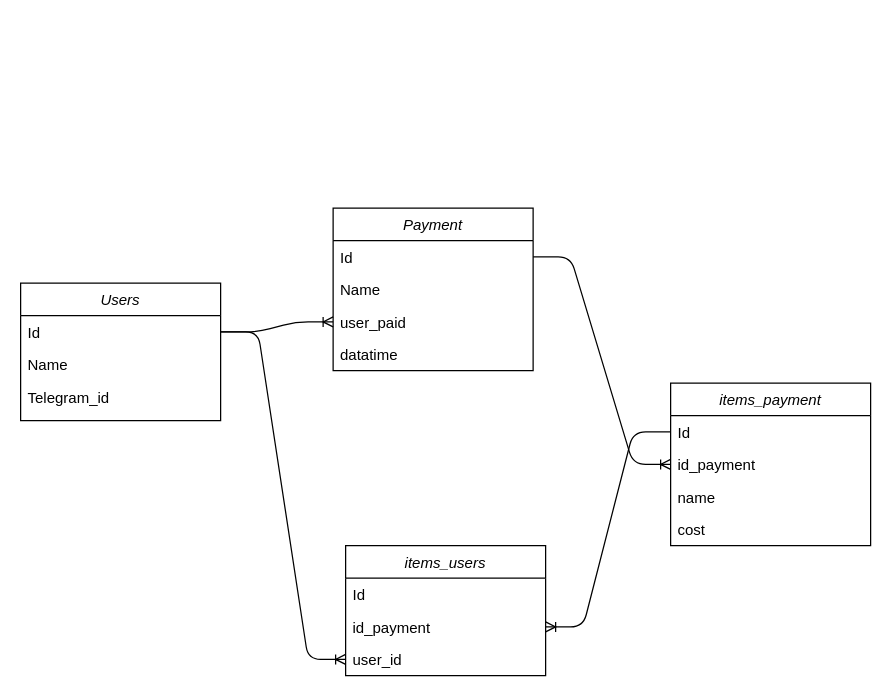
Earlier version of the draw.io diagram src/database.drawio (TheKoSmOnAvT/payment_sharing). Source tidied: cells renumbered, new cells numbered last; positions are measured from the earlier drawing's top-left corner, leaving out a move shared by most shapes. Both pictures are drawn from the tidied source at 125%, with x=0, y=0 at pixel (20, 208).
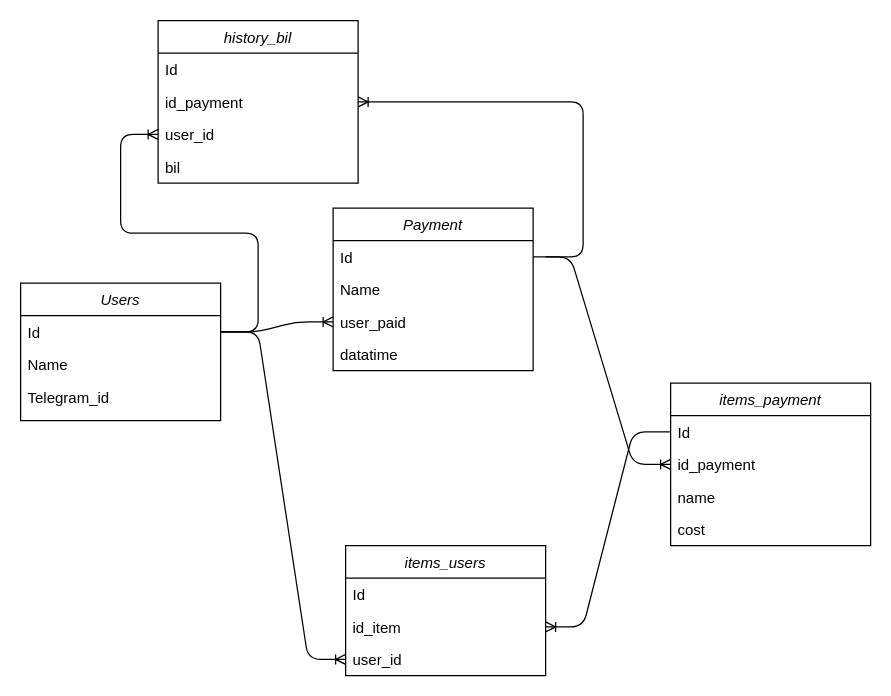
The same page after the edit.

The change refers to these unchanged cells:
```xml
<mxCell id="3" value="Id" style="text;align=left;verticalAlign=top;spacingLeft=4;spacingRight=4;overflow=hidden;points=[[0,0.5],[1,0.5]];portConstraint=eastwest;" parent="2" vertex="1">
  <mxGeometry y="26" width="160" height="26" as="geometry" />
</mxCell>
<mxCell id="18" value="items_users" style="swimlane;fontStyle=2;align=center;verticalAlign=top;horizontal=1;startSize=26;rounded=0;shadow=0;strokeWidth=1;" parent="1" vertex="1">
  <mxGeometry x="260" y="270" width="160" height="104" as="geometry" />
</mxCell>
```

What changed in the source:
```diff
@@
-    <mxCell id="20" value="id_payment" style="text;align=left;verticalAlign=top;spacingLeft=4;spacingRight=4;overflow=hidden;points=[[0,0.5],[1,0.5]];portConstraint=eastwest;rounded=0;shadow=0;html=0;" parent="18" vertex="1">
+    <mxCell id="20" value="id_item&#10;" style="text;align=left;verticalAlign=top;spacingLeft=4;spacingRight=4;overflow=hidden;points=[[0,0.5],[1,0.5]];portConstraint=eastwest;rounded=0;shadow=0;html=0;" parent="18" vertex="1">
       <mxGeometry y="52" width="160" height="26" as="geometry" />
     </mxCell>
@@
+    <mxCell id="24" value="history_bil" style="swimlane;fontStyle=2;align=center;verticalAlign=top;horizontal=1;startSize=26;rounded=0;shadow=0;strokeWidth=1;" parent="1" vertex="1">
+      <mxGeometry x="110" y="-150" width="160" height="130" as="geometry" />
+    </mxCell>
+    <mxCell id="25" value="Id" style="text;align=left;verticalAlign=top;spacingLeft=4;spacingRight=4;overflow=hidden;" parent="24" vertex="1">
+      <mxGeometry y="26" width="160" height="26" as="geometry" />
+    </mxCell>
+    <mxCell id="26" value="id_payment" style="text;align=left;verticalAlign=top;spacingLeft=4;spacingRight=4;overflow=hidden;points=[[0,0.5],[1,0.5]];portConstraint=eastwest;rounded=0;shadow=0;html=0;" parent="24" vertex="1">
+      <mxGeometry y="52" width="160" height="26" as="geometry" />
+    </mxCell>
+    <mxCell id="27" value="user_id" style="text;align=left;verticalAlign=top;spacingLeft=4;spacingRight=4;overflow=hidden;rounded=0;shadow=0;html=0;" parent="24" vertex="1">
+      <mxGeometry y="78" width="160" height="26" as="geometry" />
+    </mxCell>
+    <mxCell id="28" value="bil" style="text;align=left;verticalAlign=top;spacingLeft=4;spacingRight=4;overflow=hidden;rounded=0;shadow=0;html=0;" parent="24" vertex="1">
+      <mxGeometry y="104" width="160" height="26" as="geometry" />
+    </mxCell>
+    <mxCell id="29" style="edgeStyle=entityRelationEdgeStyle;fontSize=12;html=1;endArrow=ERoneToMany;exitX=1;exitY=0.5;exitDx=0;exitDy=0;" parent="1" edge="1" source="3">
+      <mxGeometry relative="1" as="geometry">
+        <mxPoint x="110" y="-59" as="targetPoint" />
+      </mxGeometry>
+    </mxCell>
+    <mxCell id="30" style="edgeStyle=entityRelationEdgeStyle;fontSize=12;html=1;endArrow=ERoneToMany;entryX=1;entryY=0.5;entryDx=0;entryDy=0;" parent="1" edge="1" target="26">
+      <mxGeometry relative="1" as="geometry">
+        <mxPoint x="420" y="39" as="sourcePoint" />
+      </mxGeometry>
+    </mxCell>
```
